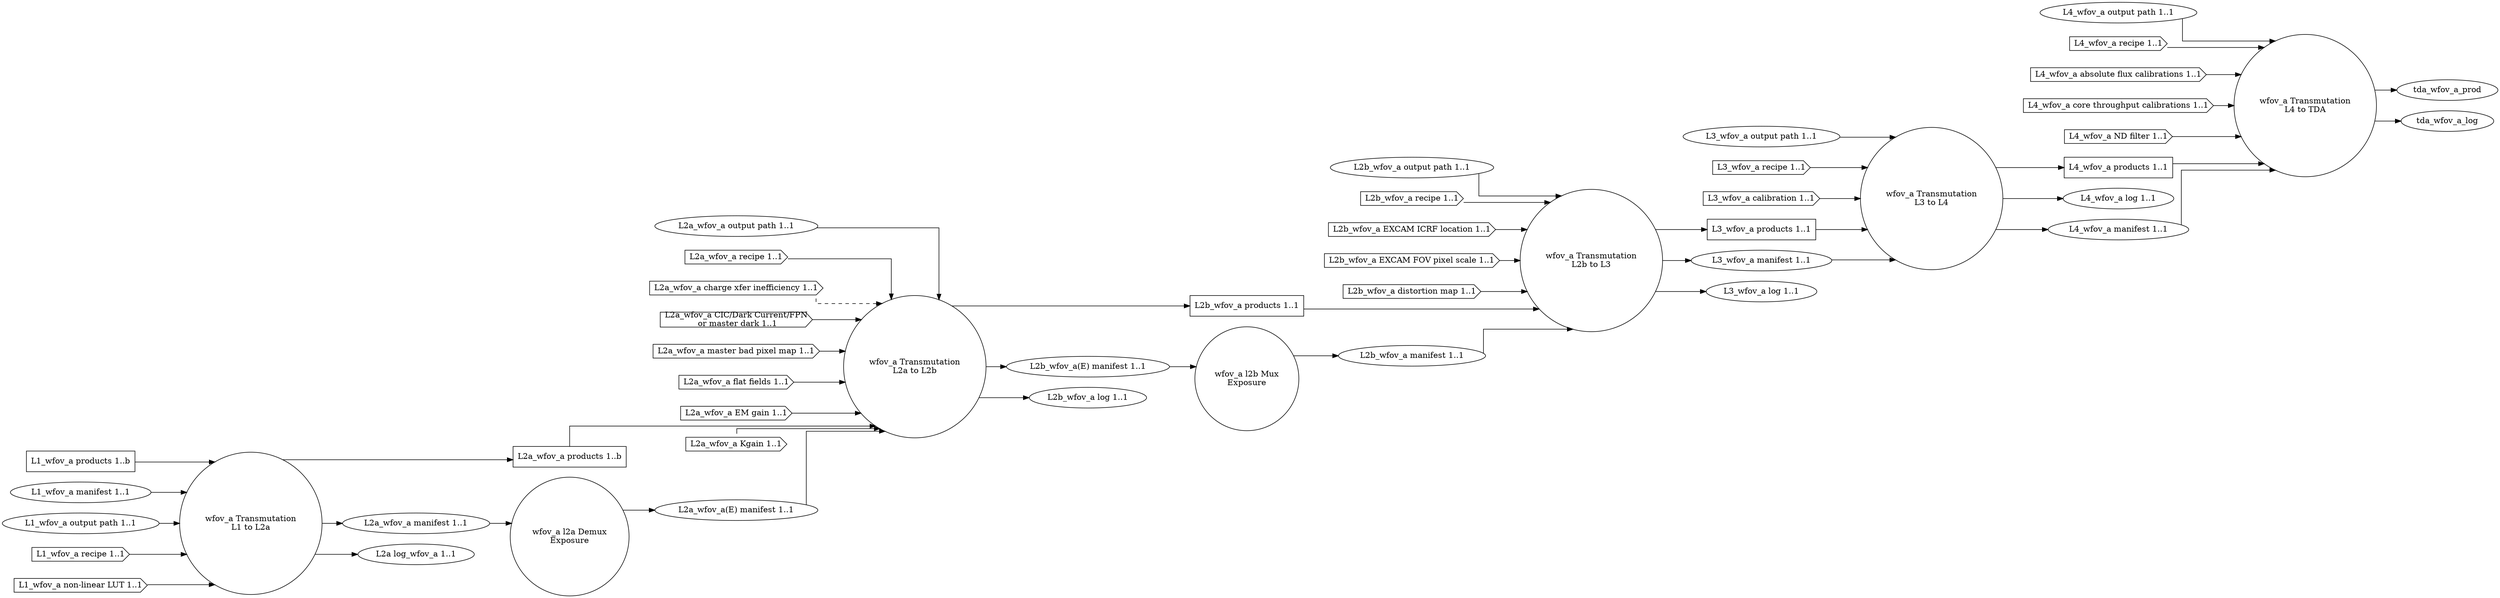
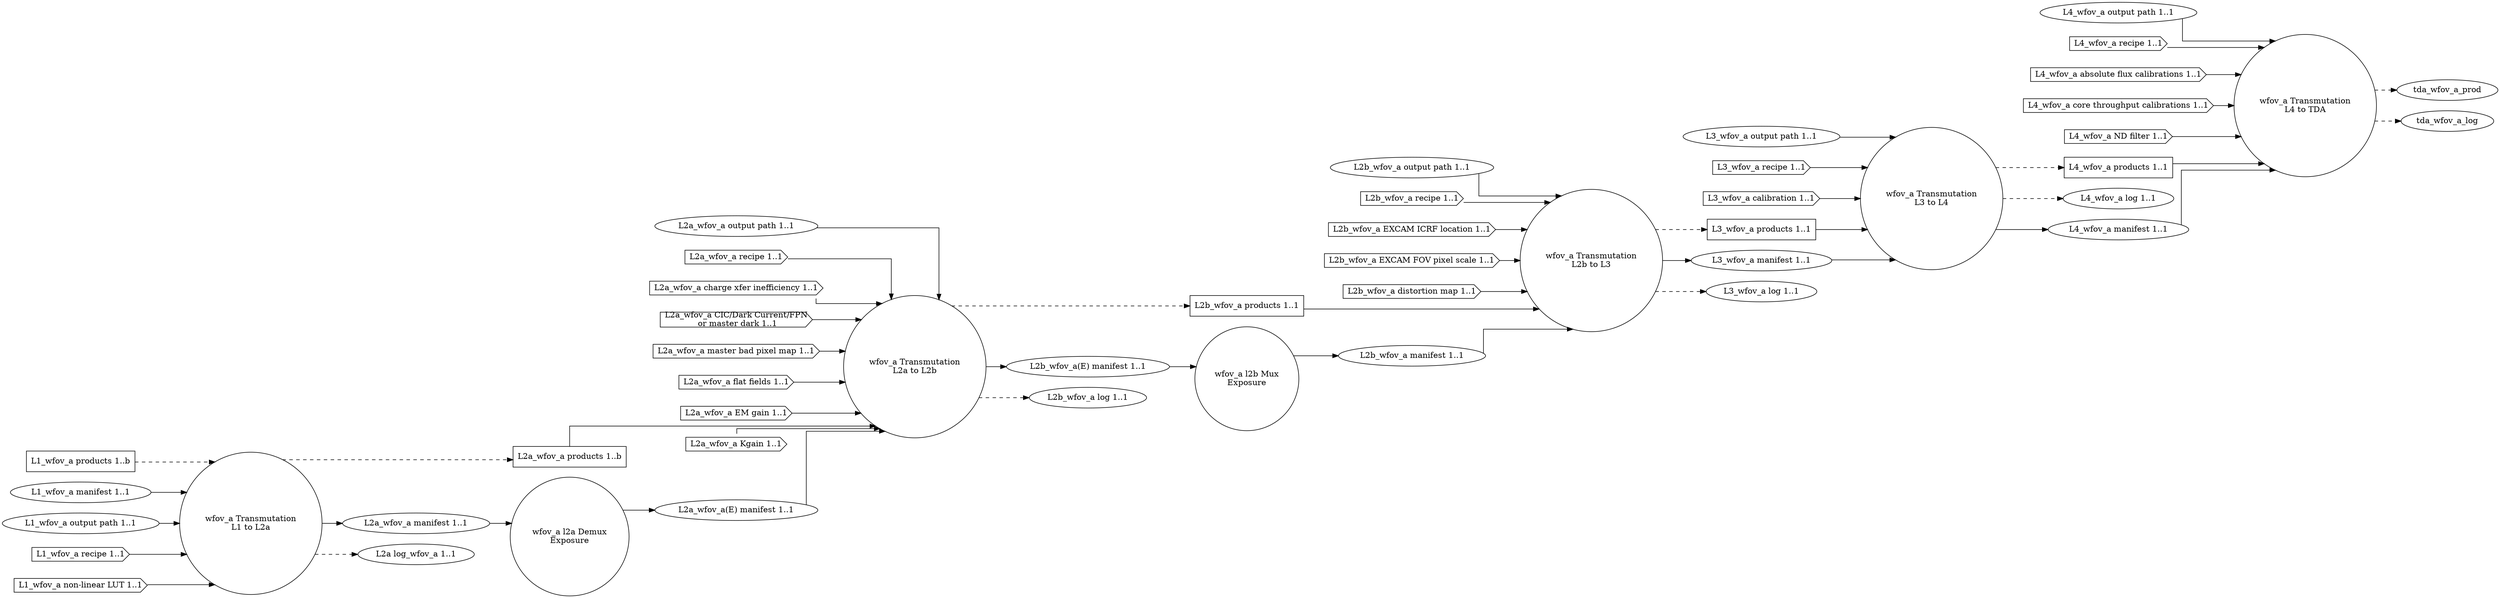
digraph WideFieldOfViewAnalog
{
  graph [splines="ortho", rankdir=LR];

  trans_wfov_a_l1_l2a [label="wfov_a Transmutation\nL1 to L2a", shape="circle"];
  l2a_wfov_a_demux [label="wfov_a l2a Demux\nExposure" shape="circle"];
  trans_wfov_a_l2a_l2b [label="wfov_a Transmutation\nL2a to L2b", shape="circle"];
  l2b_wfov_a_mux [label="wfov_a l2b Mux\nExposure", shape="circle"];
  trans_wfov_a_l2b_l3 [label="wfov_a Transmutation\nL2b to L3", shape="circle"];
  trans_wfov_a_l3_l4 [label="wfov_a Transmutation\nL3 to L4", shape="circle"];
  trans_wfov_a_l4_tda [label="wfov_a Transmutation\nL4 to TDA", shape="circle"];

  l1_wfov_a_prod [label="L1_wfov_a products 1..b", shape="rectangle"];
  l1_wfov_a_man [label="L1_wfov_a manifest 1..1", shape="ellipse"];
  l1_wfov_a_odir [label="L1_wfov_a output path 1..1", shape="ellipse"];
  l1_wfov_a_rec [label="L1_wfov_a recipe 1..1", shape="cds"];
  l1_wfov_a_nllut [label="L1_wfov_a non-linear LUT 1..1", shape="cds"];

  l2a_wfov_a_prod [label="L2a_wfov_a products 1..b", shape="rectangle"];
  l2a_wfov_a_man [label="L2a_wfov_a manifest 1..1", shape="ellipse"];
  l2a_wfov_a_odir [label="L2a_wfov_a output path 1..1", shape="ellipse"];
  l2a_wfov_a_rec [label="L2a_wfov_a recipe 1..1", shape="cds"];
  l2a_wfov_a_cti [label="L2a_wfov_a charge xfer inefficiency 1..1", shape="cds"];
  l2a_wfov_a_dnb [label="L2a_wfov_a CIC/Dark Current/FPN\n or master dark 1..1", shape="cds"];
  l2a_wfov_a_mbpm [label="L2a_wfov_a master bad pixel map 1..1", shape="cds"];
  l2a_wfov_a_ff [label="L2a_wfov_a flat fields 1..1", shape="cds"];
  l2a_wfov_a_emg [label="L2a_wfov_a EM gain 1..1", shape="cds"];
  l2a_wfov_a_kgain [label="L2a_wfov_a Kgain 1..1", shape="cds"];
  l2a_wfov_a_log [label="L2a log_wfov_a 1..1", shape="ellipse"];
  l2a_wfov_a_man_demux [label="L2a_wfov_a(E) manifest 1..1", shape="ellipse"];

  l2b_wfov_a_prod [label="L2b_wfov_a products 1..1", shape="rectangle"];
  l2b_wfov_a_man [label="L2b_wfov_a manifest 1..1", shape="ellipse"];
  l2b_wfov_a_odir [label="L2b_wfov_a output path 1..1", shape="ellipse"];
  l2b_wfov_a_rec [label="L2b_wfov_a recipe 1..1", shape="cds"];
  l2b_wfov_a_excicrf [label="L2b_wfov_a EXCAM ICRF location 1..1", shape="cds"];
  l2b_wfov_a_excfovps [label="L2b_wfov_a EXCAM FOV pixel scale 1..1", shape="cds"];
  l2b_wfov_a_distm [label="L2b_wfov_a distortion map 1..1", shape="cds"];
  l2b_wfov_a_man_demux [label="L2b_wfov_a(E) manifest 1..1", shape="ellipse"];
  l2b_wfov_a_log [label="L2b_wfov_a log 1..1", shape="ellipse"];

  l3_wfov_a_prod [label="L3_wfov_a products 1..1", shape="rectangle"];
  l3_wfov_a_odir [label="L3_wfov_a output path 1..1", shape="ellipse"];
  l3_wfov_a_man [label="L3_wfov_a manifest 1..1", shape="ellipse"];
  l3_wfov_a_rec [label="L3_wfov_a recipe 1..1", shape="cds"];
  l3_wfov_a_cal [label="L3_wfov_a calibration 1..1", shape="cds"];
  l3_wfov_a_log [label="L3_wfov_a log 1..1", shape="ellipse"];

  l4_wfov_a_prod [label="L4_wfov_a products 1..1", shape="rectangle"];
  l4_wfov_a_odir [label="L4_wfov_a output path 1..1", shape="ellipse"];
  l4_wfov_a_log [label="L4_wfov_a log 1..1", shape="ellipse"];
  l4_wfov_a_man [label="L4_wfov_a manifest 1..1", shape="ellipse"];
  l4_wfov_a_rec [label="L4_wfov_a recipe 1..1", shape="cds"];
  l4_wfov_a_afcal [label="L4_wfov_a absolute flux calibrations 1..1", shape="cds"];
  l4_wfov_a_ctcal [label="L4_wfov_a core throughput calibrations 1..1", shape="cds"];
  l4_wfov_a_ndfilt [label="L4_wfov_a ND filter 1..1", shape="cds"];

-   l1_wfov_a_prod -> trans_wfov_a_l1_l2a;
+   l1_wfov_a_prod -> trans_wfov_a_l1_l2a [style="dashed"];
  l1_wfov_a_man -> trans_wfov_a_l1_l2a;
  l1_wfov_a_odir -> trans_wfov_a_l1_l2a;
  l1_wfov_a_rec -> trans_wfov_a_l1_l2a;
  l1_wfov_a_nllut -> trans_wfov_a_l1_l2a;

-   trans_wfov_a_l1_l2a -> l2a_wfov_a_prod;
+   trans_wfov_a_l1_l2a -> l2a_wfov_a_prod [style="dashed"];
  trans_wfov_a_l1_l2a -> l2a_wfov_a_man;
-   trans_wfov_a_l1_l2a -> l2a_wfov_a_log;
+   trans_wfov_a_l1_l2a -> l2a_wfov_a_log [style="dashed"];

  l2a_wfov_a_prod -> trans_wfov_a_l2a_l2b;
  l2a_wfov_a_odir -> trans_wfov_a_l2a_l2b;
  l2a_wfov_a_rec -> trans_wfov_a_l2a_l2b;
-   l2a_wfov_a_cti -> trans_wfov_a_l2a_l2b [style="dashed"];
+   l2a_wfov_a_cti -> trans_wfov_a_l2a_l2b;
  l2a_wfov_a_dnb -> trans_wfov_a_l2a_l2b;
  l2a_wfov_a_mbpm -> trans_wfov_a_l2a_l2b;
  l2a_wfov_a_ff -> trans_wfov_a_l2a_l2b;
  l2a_wfov_a_emg -> trans_wfov_a_l2a_l2b;
  l2a_wfov_a_kgain -> trans_wfov_a_l2a_l2b;

-   trans_wfov_a_l2a_l2b -> l2b_wfov_a_prod;
+   trans_wfov_a_l2a_l2b -> l2b_wfov_a_prod [style="dashed"];
  trans_wfov_a_l2a_l2b -> l2b_wfov_a_man_demux;
-   trans_wfov_a_l2a_l2b -> l2b_wfov_a_log;
+   trans_wfov_a_l2a_l2b -> l2b_wfov_a_log [style="dashed"];

  l2a_wfov_a_man -> l2a_wfov_a_demux;
  l2a_wfov_a_demux -> l2a_wfov_a_man_demux;
  l2a_wfov_a_man_demux -> trans_wfov_a_l2a_l2b;

  l2b_wfov_a_man_demux -> l2b_wfov_a_mux;
  l2b_wfov_a_mux -> l2b_wfov_a_man;

  l2b_wfov_a_prod -> trans_wfov_a_l2b_l3;
  l2b_wfov_a_man -> trans_wfov_a_l2b_l3;
  l2b_wfov_a_odir -> trans_wfov_a_l2b_l3;
  l2b_wfov_a_rec -> trans_wfov_a_l2b_l3;
  l2b_wfov_a_excicrf -> trans_wfov_a_l2b_l3;
  l2b_wfov_a_excfovps -> trans_wfov_a_l2b_l3;
  l2b_wfov_a_distm -> trans_wfov_a_l2b_l3;
-   trans_wfov_a_l2b_l3 -> l3_wfov_a_prod;
+   trans_wfov_a_l2b_l3 -> l3_wfov_a_prod [style="dashed"];
  trans_wfov_a_l2b_l3 -> l3_wfov_a_man;
-   trans_wfov_a_l2b_l3 -> l3_wfov_a_log;
+   trans_wfov_a_l2b_l3 -> l3_wfov_a_log [style="dashed"];

  l3_wfov_a_prod -> trans_wfov_a_l3_l4;
  l3_wfov_a_man -> trans_wfov_a_l3_l4;
  l3_wfov_a_odir -> trans_wfov_a_l3_l4;
  l3_wfov_a_rec -> trans_wfov_a_l3_l4;
  l3_wfov_a_cal -> trans_wfov_a_l3_l4;
-   trans_wfov_a_l3_l4 -> l4_wfov_a_prod;
-   trans_wfov_a_l3_l4 -> l4_wfov_a_log;
+   trans_wfov_a_l3_l4 -> l4_wfov_a_prod [style="dashed"];
+   trans_wfov_a_l3_l4 -> l4_wfov_a_log [style="dashed"];
  trans_wfov_a_l3_l4 -> l4_wfov_a_man;

  l4_wfov_a_prod -> trans_wfov_a_l4_tda;
  l4_wfov_a_man -> trans_wfov_a_l4_tda;
  l4_wfov_a_odir -> trans_wfov_a_l4_tda;
  l4_wfov_a_rec -> trans_wfov_a_l4_tda;
  l4_wfov_a_afcal -> trans_wfov_a_l4_tda;
  l4_wfov_a_ctcal -> trans_wfov_a_l4_tda;
  l4_wfov_a_ndfilt -> trans_wfov_a_l4_tda;
-   trans_wfov_a_l4_tda -> tda_wfov_a_prod;
-   trans_wfov_a_l4_tda -> tda_wfov_a_log;
+   trans_wfov_a_l4_tda -> tda_wfov_a_prod [style="dashed"];
+   trans_wfov_a_l4_tda -> tda_wfov_a_log [style="dashed"];
}
